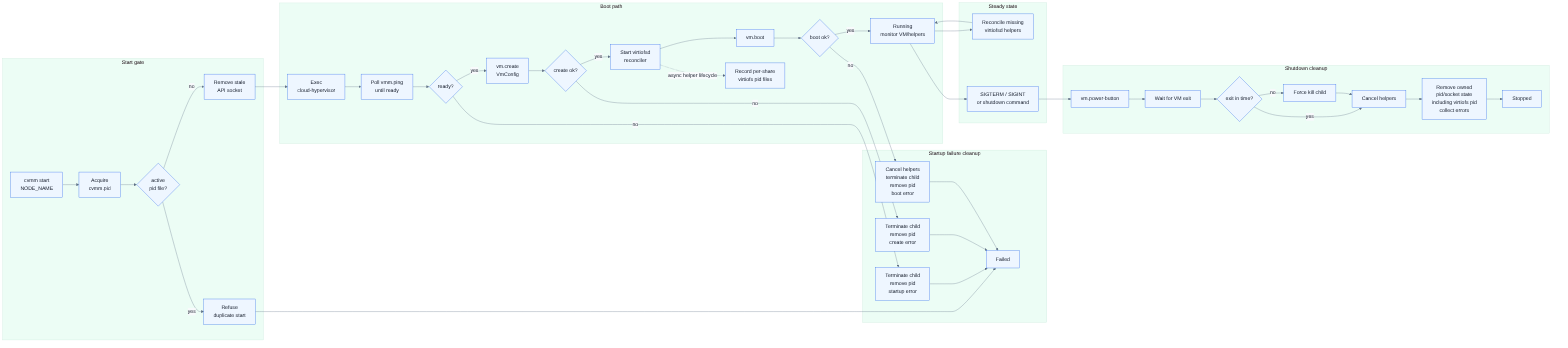
This is docs/diagrams/process-lifecycle-cleanup.png from spi-ca/cvmm, a Mermaid export, as it was before one commit. Its source is kept beside it as docs/diagrams/process-lifecycle-cleanup.mmd.
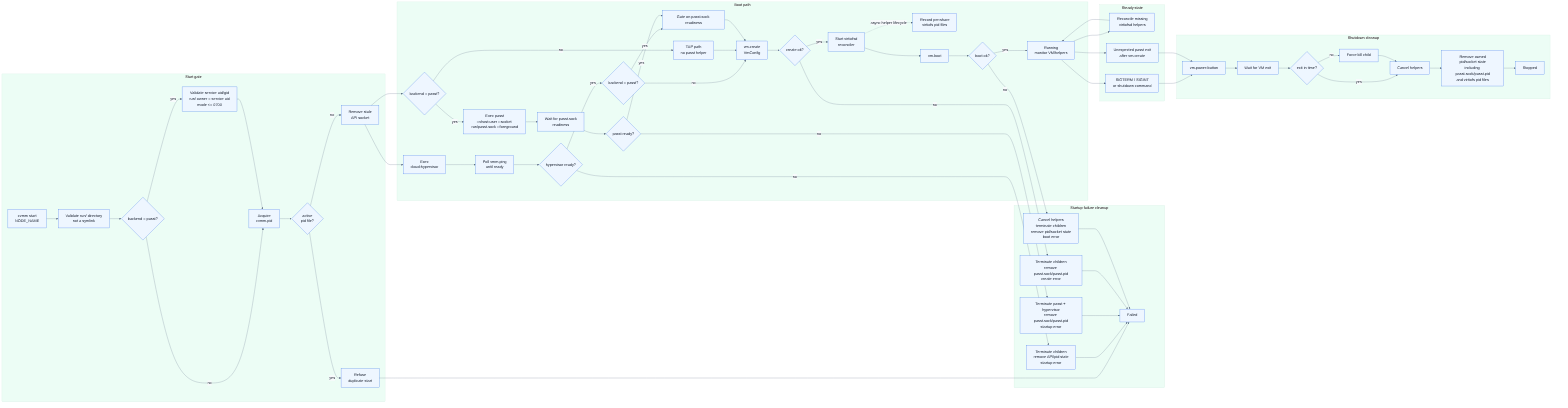
After the commit.

The edit, as a diff of the source:
```diff
@@ -1,30 +1,46 @@
 flowchart LR
     subgraph startPhase["Start gate"]
-        start["cvmm start\nNODE_NAME"] --> pid["Acquire\ncvmm.pid"]
+        start["cvmm start\nNODE_NAME"] --> runtimeDir["Validate run/ directory\nnot a symlink"]
+        runtimeDir --> runCheck{"backend = passt?"}
+        runCheck -- yes --> runPerm["Validate service uid/gid\nrun/ owner = service uid\nmode <= 0700"]
+        runCheck -- no --> pid["Acquire\ncvmm.pid"]
+        runPerm --> pid
         pid --> active{"active\npid file?"}
         active -- yes --> duplicate["Refuse\nduplicate start"]
         active -- no --> stale["Remove stale\nAPI socket"]
     end
 
     subgraph bootPhase["Boot path"]
-        stale --> spawn["Exec\ncloud-hypervisor"]
-        spawn --> ready["Poll vmm.ping\nuntil ready"]
-        ready --> readyOK{"ready?"}
-        readyOK -- yes --> create["vm.create\nVmConfig"]
+        stale --> spawnCH["Exec\ncloud-hypervisor"]
+        stale --> passtBranch{"backend = passt?"}
+        passtBranch -- yes --> spawnPasst["Exec passt\n--vhost-user --socket run/passt.sock --foreground"]
+        passtBranch -- no --> tapPath["TAP path\nno passt helper"]
+        spawnCH --> readyCH["Poll vmm.ping\nuntil ready"]
+        readyCH --> readyOK{"hypervisor ready?"}
+        spawnPasst --> readyPasst["Wait for passt.sock\nreadiness"]
+        readyPasst --> passtOK{"passt ready?"}
+        readyOK -- yes --> createGate{"backend = passt?"}
+        createGate -- no --> create["vm.create\nVmConfig"]
+        createGate -- yes --> waitBoth["Gate on passt.sock readiness"]
+        passtOK -- yes --> waitBoth
+        tapPath --> create
+        waitBoth --> create
         create --> createOK{"create ok?"}
         createOK -- yes --> helpers["Start virtiofsd\nreconciler"]
+        helpers -. async helper lifecycle .-> helperPid["Record per-share\nvirtiofs pid files"]
         helpers --> boot["vm.boot"]
-        helpers -. async helper lifecycle .-> helperPid["Record per-share\nvirtiofs pid files"]
         boot --> bootOK{"boot ok?"}
         bootOK -- yes --> running["Running\nmonitor VM/helpers"]
     end
 
     subgraph failure["Startup failure cleanup"]
-        readyOK -- no --> startupCleanup["Terminate child\nremove pid\nstartup error"]
-        createOK -- no --> createCleanup["Terminate child\nremove pid\ncreate error"]
-        bootOK -- no --> bootCleanup["Cancel helpers\nterminate child\nremove pid\nboot error"]
+        readyOK -- no --> startupCleanup["Terminate children\nremove API/pid state\nstartup error"]
+        passtOK -- no --> passtCleanup["Terminate passt + hypervisor\nremove passt.sock/passt.pid\nstartup error"]
+        createOK -- no --> createCleanup["Terminate children\nremove passt.sock/passt.pid\ncreate error"]
+        bootOK -- no --> bootCleanup["Cancel helpers\nterminate children\nremove pid/socket state\nboot error"]
         duplicate --> failed["Failed"]
         startupCleanup --> failed
+        passtCleanup --> failed
         createCleanup --> failed
         bootCleanup --> failed
     end
@@ -33,15 +49,17 @@
         running --> reconcile["Reconcile missing\nvirtiofsd helpers"]
         reconcile --> running
         running --> signal["SIGTERM / SIGINT\nor shutdown command"]
+        running --> fatalPasst["Unexpected passt exit\nafter vm.create"]
     end
 
     subgraph stopPhase["Shutdown cleanup"]
         signal --> power["vm.power-button"]
+        fatalPasst --> power
         power --> wait["Wait for VM exit"]
         wait --> exited{"exit in time?"}
         exited -- no --> kill["Force kill child"]
         exited -- yes --> stopHelpers["Cancel helpers"]
         kill --> stopHelpers
-        stopHelpers --> cleanup["Remove owned\npid/socket state\nincluding virtiofs pid\ncollect errors"]
+        stopHelpers --> cleanup["Remove owned\npid/socket state\nincluding passt.sock/passt.pid\nand virtiofs pid files"]
         cleanup --> stopped["Stopped"]
     end
```
